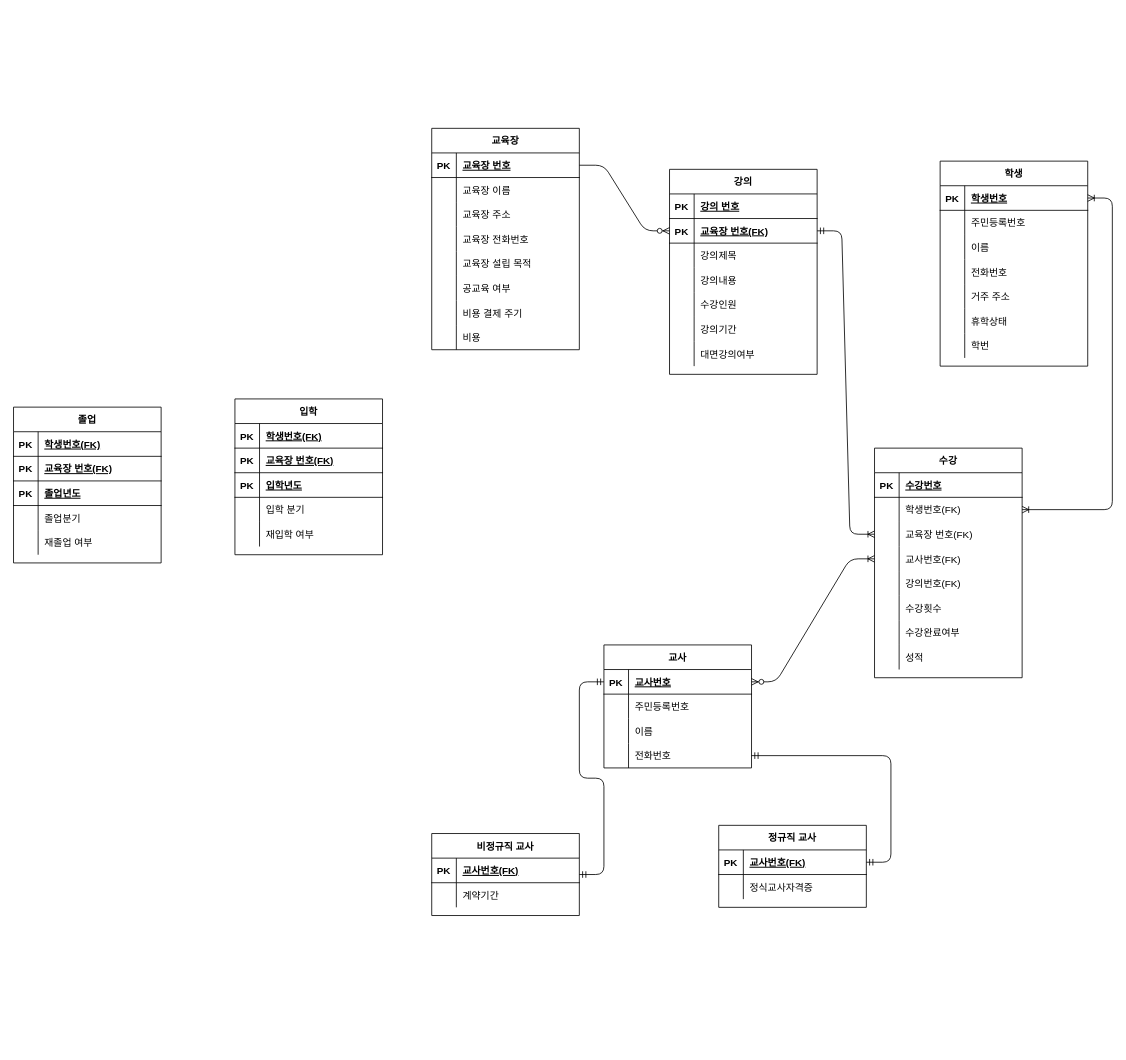
iks15174/block_crash_javascripte keeps this draw.io diagram as Untitled Diagram.drawio. Above is the earlier version. Source tidied: cells renumbered, new cells numbered last; positions are measured from the earlier drawing's top-left corner, leaving out a move shared by most shapes. Both pictures are drawn from the tidied source at 82%, with x=0, y=0 at pixel (13, 128).
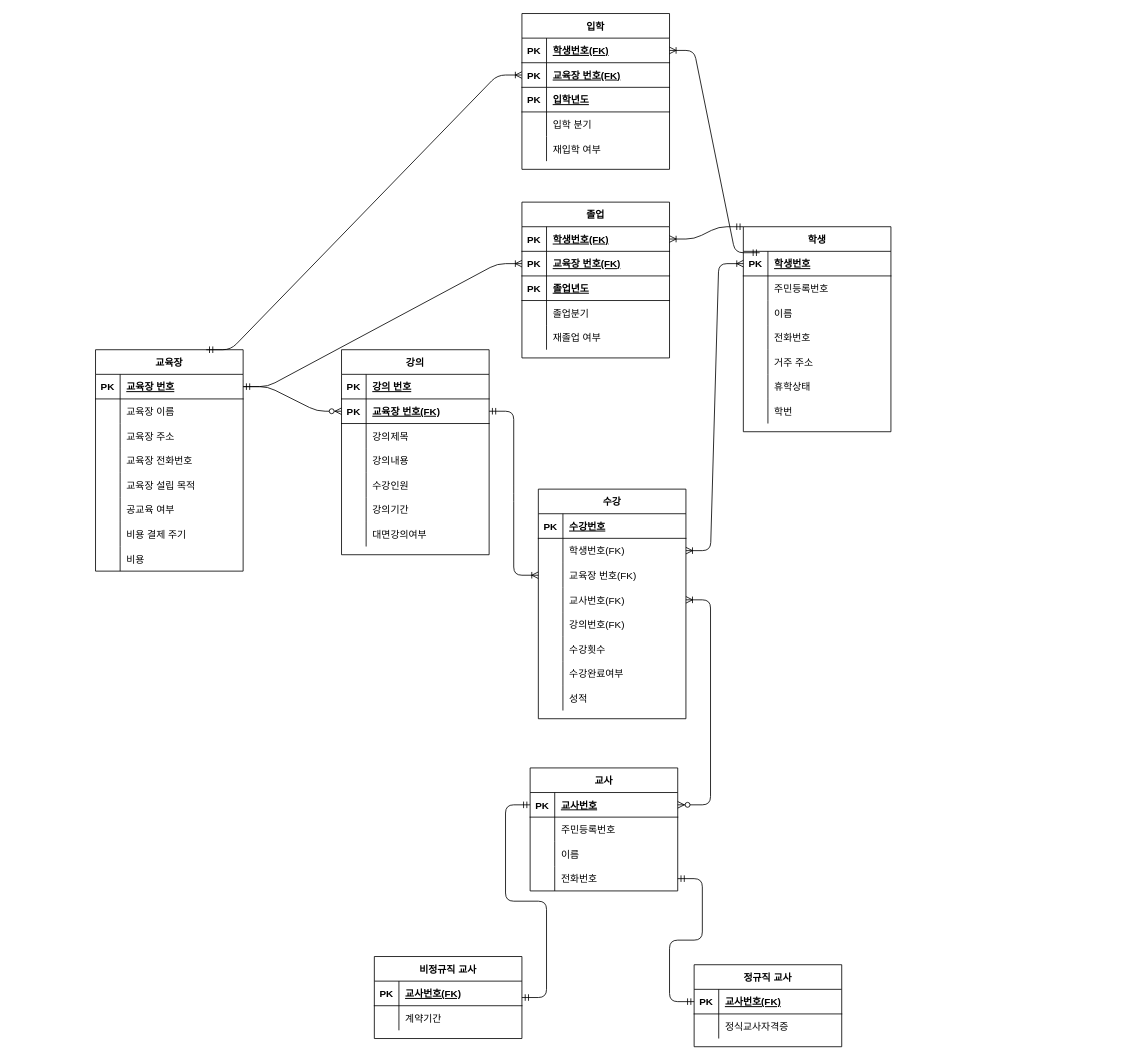
The same page after the edit.

Unchanged cells that the change refers to:
```xml
<mxCell id="3" style="shape=partialRectangle;fillColor=none;top=0;left=0;bottom=1;right=0;points=[[0,0.5],[1,0.5]];portConstraint=eastwest;" parent="2" vertex="1">
  <mxGeometry y="30" width="180" height="30" as="geometry" />
</mxCell>
<mxCell id="28" style="shape=partialRectangle;fillColor=none;top=0;left=0;bottom=1;right=0;points=[[0,0.5],[1,0.5]];portConstraint=eastwest;" parent="27" vertex="1">
  <mxGeometry y="30" width="180" height="30" as="geometry" />
</mxCell>
<mxCell id="130" style="shape=partialRectangle;fillColor=none;top=0;left=0;bottom=1;right=0;points=[[0,0.5],[1,0.5]];portConstraint=eastwest;" parent="129" vertex="1">
  <mxGeometry y="30" width="180" height="30" as="geometry" />
</mxCell>
<mxCell id="133" style="shape=partialRectangle;fillColor=none;top=0;left=0;bottom=1;right=0;points=[[0,0.5],[1,0.5]];portConstraint=eastwest;" parent="129" vertex="1">
  <mxGeometry y="60" width="180" height="30" as="geometry" />
</mxCell>
<mxCell id="146" style="shape=partialRectangle;fillColor=none;top=0;left=0;bottom=1;right=0;points=[[0,0.5],[1,0.5]];portConstraint=eastwest;" parent="145" vertex="1">
  <mxGeometry y="30" width="180" height="30" as="geometry" />
</mxCell>
<mxCell id="149" style="shape=partialRectangle;fillColor=none;top=0;left=0;bottom=1;right=0;points=[[0,0.5],[1,0.5]];portConstraint=eastwest;" parent="145" vertex="1">
  <mxGeometry y="60" width="180" height="30" as="geometry" />
</mxCell>
```

The edit, as a diff of the source:
```diff
@@
     <mxCell id="2" value="교육장" style="shape=table;startSize=30;childLayout=tableLayout;rowLines=0;fontStyle=1;align=center;" parent="1" vertex="1">
-      <mxGeometry x="510" width="180" height="270" as="geometry" />
+      <mxGeometry x="100" y="270" width="180" height="270" as="geometry" />
     </mxCell>
@@
     <mxCell id="27" value="학생" style="shape=table;startSize=30;childLayout=tableLayout;rowLines=0;fontStyle=1;align=center;" parent="1" vertex="1">
-      <mxGeometry x="1130" y="40" width="180" height="250" as="geometry" />
+      <mxGeometry x="890" y="120" width="180" height="250" as="geometry" />
     </mxCell>
@@
     <mxCell id="49" value="수강" style="shape=table;startSize=30;childLayout=tableLayout;rowLines=0;fontStyle=1;align=center;" parent="1" vertex="1">
-      <mxGeometry x="1050" y="390" width="180" height="280" as="geometry" />
+      <mxGeometry x="640" y="440" width="180" height="280" as="geometry" />
     </mxCell>
@@
     <mxCell id="74" value="강의" style="shape=table;startSize=30;childLayout=tableLayout;rowLines=0;fontStyle=1;align=center;" parent="1" vertex="1">
-      <mxGeometry x="800" y="50" width="180" height="250" as="geometry" />
+      <mxGeometry x="400" y="270" width="180" height="250" as="geometry" />
     </mxCell>
@@
     <mxCell id="97" value="교사" style="shape=table;startSize=30;childLayout=tableLayout;rowLines=0;fontStyle=1;align=center;" parent="1" vertex="1">
-      <mxGeometry x="720" y="630" width="180" height="150" as="geometry" />
+      <mxGeometry x="630" y="780" width="180" height="150" as="geometry" />
     </mxCell>
@@
     <mxCell id="110" value="정규직 교사" style="shape=table;startSize=30;childLayout=tableLayout;rowLines=0;fontStyle=1;align=center;" parent="1" vertex="1">
-      <mxGeometry x="860" y="850" width="180" height="100" as="geometry" />
+      <mxGeometry x="830" y="1020" width="180" height="100" as="geometry" />
     </mxCell>
@@
     <mxCell id="117" value="비정규직 교사" style="shape=table;startSize=30;childLayout=tableLayout;rowLines=0;fontStyle=1;align=center;" parent="1" vertex="1">
-      <mxGeometry x="510" y="860" width="180" height="100" as="geometry" />
+      <mxGeometry x="440" y="1010" width="180" height="100" as="geometry" />
     </mxCell>
@@
     <mxCell id="129" value="입학" style="shape=table;startSize=30;childLayout=tableLayout;rowLines=0;fontStyle=1;align=center;" parent="1" vertex="1">
-      <mxGeometry x="270" y="330" width="180" height="190" as="geometry" />
+      <mxGeometry x="620" y="-140" width="180" height="190" as="geometry" />
     </mxCell>
@@
     <mxCell id="145" value="졸업" style="shape=table;startSize=30;childLayout=tableLayout;rowLines=0;fontStyle=1;align=center;" parent="1" vertex="1">
-      <mxGeometry y="340" width="180" height="190" as="geometry" />
+      <mxGeometry x="620" y="90" width="180" height="190" as="geometry" />
     </mxCell>
@@
+    <mxCell id="161" style="edgeStyle=entityRelationEdgeStyle;fontSize=12;html=1;endArrow=ERoneToMany;startArrow=ERmandOne;exitX=0;exitY=0;exitDx=0;exitDy=0;" parent="1" edge="1" source="27" target="146">
+      <mxGeometry relative="1" as="geometry" />
+    </mxCell>
+    <mxCell id="162" style="edgeStyle=entityRelationEdgeStyle;fontSize=12;html=1;endArrow=ERoneToMany;startArrow=ERmandOne;exitX=0.75;exitY=0;exitDx=0;exitDy=0;" parent="1" edge="1" source="2" target="133">
+      <mxGeometry relative="1" as="geometry" />
+    </mxCell>
+    <mxCell id="163" style="edgeStyle=entityRelationEdgeStyle;fontSize=12;html=1;endArrow=ERoneToMany;startArrow=ERmandOne;" parent="1" edge="1" source="3" target="149">
+      <mxGeometry relative="1" as="geometry" />
+    </mxCell>
+    <mxCell id="164" style="edgeStyle=entityRelationEdgeStyle;fontSize=12;html=1;endArrow=ERoneToMany;startArrow=ERmandOne;exitX=0.111;exitY=0.057;exitDx=0;exitDy=0;entryX=1;entryY=0.5;entryDx=0;entryDy=0;exitPerimeter=0;" parent="1" edge="1" source="28" target="130">
+      <mxGeometry relative="1" as="geometry" />
+    </mxCell>
```
